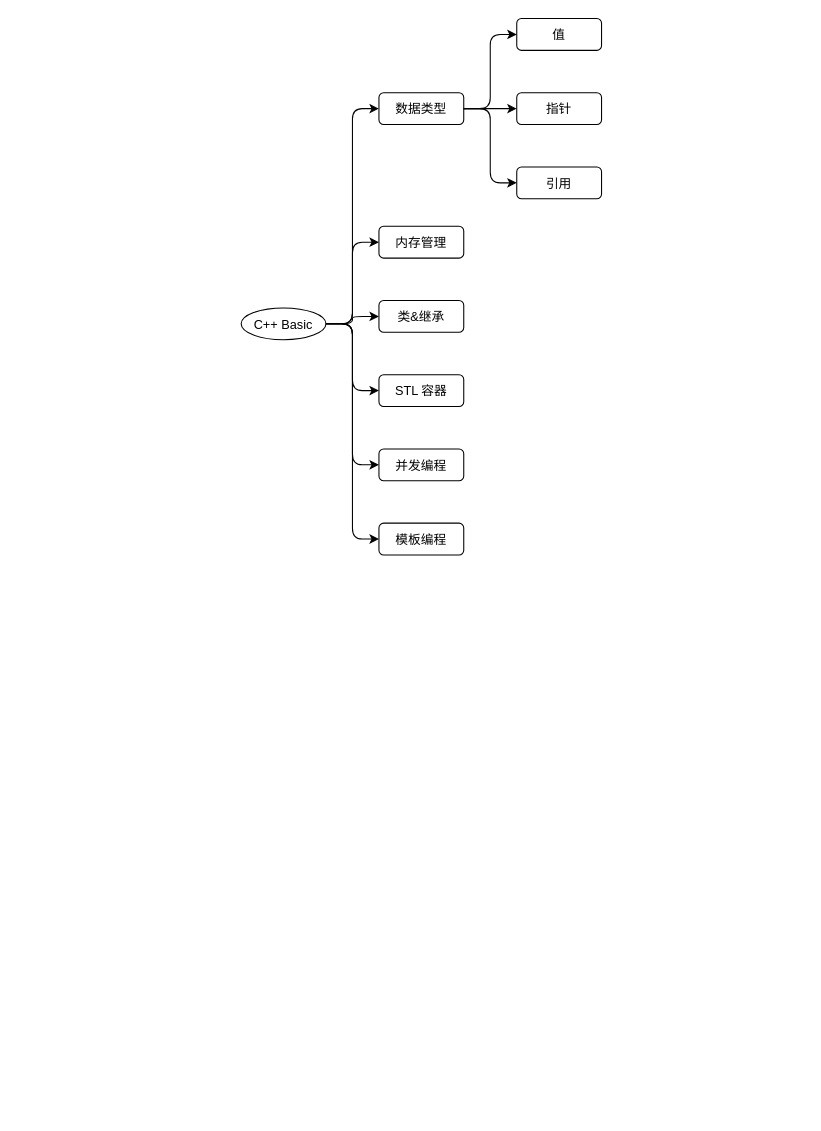
This is cplusplus_syntax_component.drawio from ZiqingYip/moment, a draw.io file, before an edit. Source tidied: cells renumbered, new cells numbered last; positions are measured from the earlier drawing's top-left corner, leaving out a move shared by most shapes. Both pictures are drawn from the tidied source at 106%, with x=0, y=0 at pixel (241, 18).
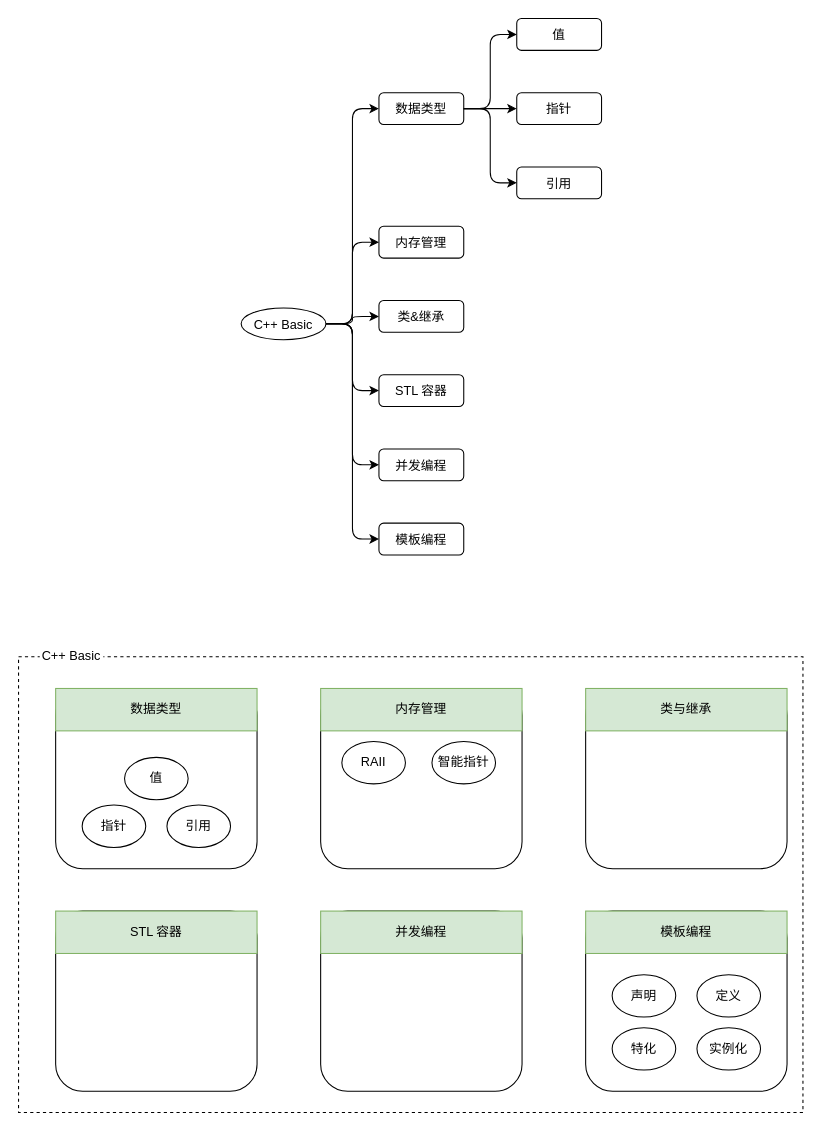
The same diagram, later.

What changed in the source:
```diff
@@
+    <mxCell id="21" style="rounded=0;whiteSpace=wrap;html=1;fillColor=none;dashed=1;" parent="1" vertex="1">
+      <mxGeometry x="-210" y="602" width="740" height="430" as="geometry" />
+    </mxCell>
@@
+    <mxCell id="22" style="rounded=1;whiteSpace=wrap;html=1;" parent="1" vertex="1">
+      <mxGeometry x="-175" y="632" width="190" height="170" as="geometry" />
+    </mxCell>
+    <mxCell id="23" value="数据类型" style="rounded=0;whiteSpace=wrap;html=1;fillColor=#d5e8d4;strokeColor=#82b366;" parent="1" vertex="1">
+      <mxGeometry x="-175" y="632" width="190" height="40" as="geometry" />
+    </mxCell>
+    <mxCell id="24" value="值" style="ellipse;whiteSpace=wrap;html=1;" parent="1" vertex="1">
+      <mxGeometry x="-110" y="697" width="60" height="40" as="geometry" />
+    </mxCell>
+    <mxCell id="25" value="指针" style="ellipse;whiteSpace=wrap;html=1;" parent="1" vertex="1">
+      <mxGeometry x="-150" y="742" width="60" height="40" as="geometry" />
+    </mxCell>
+    <mxCell id="26" value="引用" style="ellipse;whiteSpace=wrap;html=1;" parent="1" vertex="1">
+      <mxGeometry x="-70" y="742" width="60" height="40" as="geometry" />
+    </mxCell>
+    <mxCell id="27" style="rounded=1;whiteSpace=wrap;html=1;" parent="1" vertex="1">
+      <mxGeometry x="75" y="632" width="190" height="170" as="geometry" />
+    </mxCell>
+    <mxCell id="28" value="内存管理" style="rounded=0;whiteSpace=wrap;html=1;fillColor=#d5e8d4;strokeColor=#82b366;" parent="1" vertex="1">
+      <mxGeometry x="75" y="632" width="190" height="40" as="geometry" />
+    </mxCell>
+    <mxCell id="29" value="RAII" style="ellipse;whiteSpace=wrap;html=1;" parent="1" vertex="1">
+      <mxGeometry x="95" y="682" width="60" height="40" as="geometry" />
+    </mxCell>
+    <mxCell id="30" value="智能指针" style="ellipse;whiteSpace=wrap;html=1;" parent="1" vertex="1">
+      <mxGeometry x="180" y="682" width="60" height="40" as="geometry" />
+    </mxCell>
+    <mxCell id="31" style="rounded=1;whiteSpace=wrap;html=1;" parent="1" vertex="1">
+      <mxGeometry x="325" y="632" width="190" height="170" as="geometry" />
+    </mxCell>
+    <mxCell id="32" value="类与继承" style="rounded=0;whiteSpace=wrap;html=1;fillColor=#d5e8d4;strokeColor=#82b366;" parent="1" vertex="1">
+      <mxGeometry x="325" y="632" width="190" height="40" as="geometry" />
+    </mxCell>
+    <mxCell id="33" style="rounded=1;whiteSpace=wrap;html=1;" parent="1" vertex="1">
+      <mxGeometry x="-175" y="842" width="190" height="170" as="geometry" />
+    </mxCell>
+    <mxCell id="34" value="STL 容器" style="rounded=0;whiteSpace=wrap;html=1;fillColor=#d5e8d4;strokeColor=#82b366;" parent="1" vertex="1">
+      <mxGeometry x="-175" y="842" width="190" height="40" as="geometry" />
+    </mxCell>
+    <mxCell id="35" style="rounded=1;whiteSpace=wrap;html=1;" parent="1" vertex="1">
+      <mxGeometry x="75" y="842" width="190" height="170" as="geometry" />
+    </mxCell>
+    <mxCell id="36" value="并发编程" style="rounded=0;whiteSpace=wrap;html=1;fillColor=#d5e8d4;strokeColor=#82b366;" parent="1" vertex="1">
+      <mxGeometry x="75" y="842" width="190" height="40" as="geometry" />
+    </mxCell>
+    <mxCell id="37" style="rounded=1;whiteSpace=wrap;html=1;" parent="1" vertex="1">
+      <mxGeometry x="325" y="842" width="190" height="170" as="geometry" />
+    </mxCell>
+    <mxCell id="38" value="模板编程" style="rounded=0;whiteSpace=wrap;html=1;fillColor=#d5e8d4;strokeColor=#82b366;" parent="1" vertex="1">
+      <mxGeometry x="325" y="842" width="190" height="40" as="geometry" />
+    </mxCell>
+    <mxCell id="39" value="C++ Basic" style="text;html=1;strokeColor=none;fillColor=default;align=center;verticalAlign=middle;whiteSpace=wrap;rounded=0;dashed=1;" parent="1" vertex="1">
+      <mxGeometry x="-190" y="592" width="60" height="20" as="geometry" />
+    </mxCell>
+    <mxCell id="40" value="声明" style="ellipse;whiteSpace=wrap;html=1;" parent="1" vertex="1">
+      <mxGeometry x="350" y="902" width="60" height="40" as="geometry" />
+    </mxCell>
+    <mxCell id="41" value="定义" style="ellipse;whiteSpace=wrap;html=1;" parent="1" vertex="1">
+      <mxGeometry x="430" y="902" width="60" height="40" as="geometry" />
+    </mxCell>
+    <mxCell id="42" value="特化" style="ellipse;whiteSpace=wrap;html=1;" parent="1" vertex="1">
+      <mxGeometry x="350" y="952" width="60" height="40" as="geometry" />
+    </mxCell>
+    <mxCell id="43" value="实例化" style="ellipse;whiteSpace=wrap;html=1;" parent="1" vertex="1">
+      <mxGeometry x="430" y="952" width="60" height="40" as="geometry" />
+    </mxCell>
```
